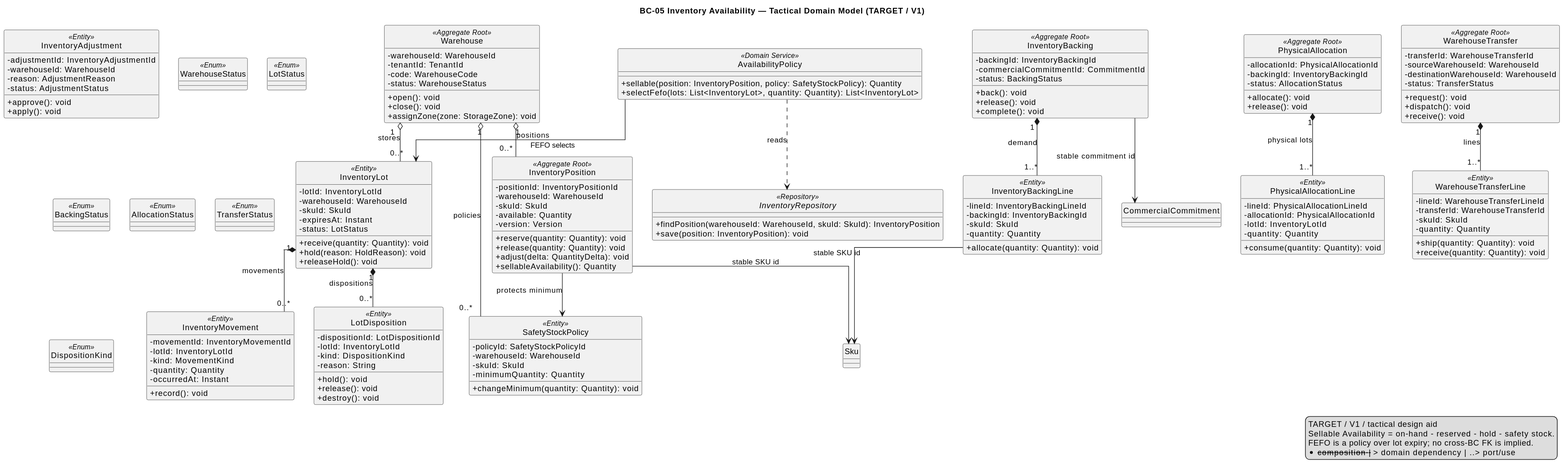
The PlantUML diagram 01-shared/domain/bounded-contexts/BC-05-inventory-availability/diagrams/BC05_InventoryAvailability.svg in nexa-suite/blueprint, before a commit.
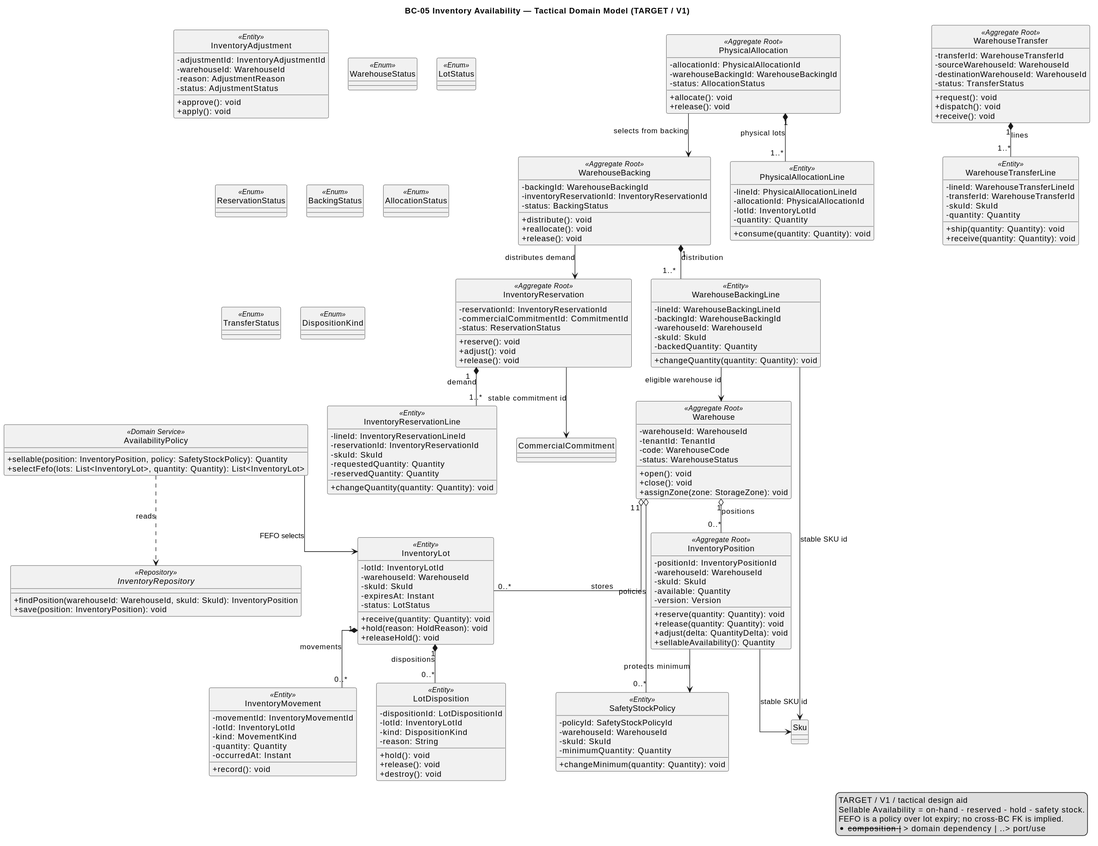
Later version of the same file.

Diff of the diagram source:
```diff
@@ -55,26 +55,45 @@
   +changeMinimum(quantity: Quantity): void
 }
 
-class InventoryBacking <<Aggregate Root>> {
-  -backingId: InventoryBackingId
+class InventoryReservation <<Aggregate Root>> {
+  -reservationId: InventoryReservationId
   -commercialCommitmentId: CommitmentId
-  -status: BackingStatus
-  +back(): void
+  -status: ReservationStatus
+  +reserve(): void
+  +adjust(): void
   +release(): void
-  +complete(): void
 }
 
-class InventoryBackingLine <<Entity>> {
-  -lineId: InventoryBackingLineId
-  -backingId: InventoryBackingId
+class InventoryReservationLine <<Entity>> {
+  -lineId: InventoryReservationLineId
+  -reservationId: InventoryReservationId
   -skuId: SkuId
-  -quantity: Quantity
-  +allocate(quantity: Quantity): void
+  -requestedQuantity: Quantity
+  -reservedQuantity: Quantity
+  +changeQuantity(quantity: Quantity): void
+}
+
+class WarehouseBacking <<Aggregate Root>> {
+  -backingId: WarehouseBackingId
+  -inventoryReservationId: InventoryReservationId
+  -status: BackingStatus
+  +distribute(): void
+  +reallocate(): void
+  +release(): void
+}
+
+class WarehouseBackingLine <<Entity>> {
+  -lineId: WarehouseBackingLineId
+  -backingId: WarehouseBackingId
+  -warehouseId: WarehouseId
+  -skuId: SkuId
+  -backedQuantity: Quantity
+  +changeQuantity(quantity: Quantity): void
 }
 
 class PhysicalAllocation <<Aggregate Root>> {
   -allocationId: PhysicalAllocationId
-  -backingId: InventoryBackingId
+  -warehouseBackingId: WarehouseBackingId
   -status: AllocationStatus
   +allocate(): void
   +release(): void
@@ -138,6 +157,7 @@
 
 enum WarehouseStatus <<Enum>>
 enum LotStatus <<Enum>>
+enum ReservationStatus <<Enum>>
 enum BackingStatus <<Enum>>
 enum AllocationStatus <<Enum>>
 enum TransferStatus <<Enum>>
@@ -148,12 +168,16 @@
 Warehouse "1" o-- "0..*" SafetyStockPolicy : policies
 InventoryLot "1" *-- "0..*" InventoryMovement : movements
 InventoryLot "1" *-- "0..*" LotDisposition : dispositions
-InventoryBacking "1" *-- "1..*" InventoryBackingLine : demand
+InventoryReservation "1" *-- "1..*" InventoryReservationLine : demand
+WarehouseBacking "1" *-- "1..*" WarehouseBackingLine : distribution
 PhysicalAllocation "1" *-- "1..*" PhysicalAllocationLine : physical lots
 WarehouseTransfer "1" *-- "1..*" WarehouseTransferLine : lines
 InventoryPosition --> Sku : stable SKU id
-InventoryBacking --> CommercialCommitment : stable commitment id
-InventoryBackingLine --> Sku : stable SKU id
+InventoryReservation --> CommercialCommitment : stable commitment id
+WarehouseBacking --> InventoryReservation : distributes demand
+WarehouseBackingLine --> Warehouse : eligible warehouse id
+WarehouseBackingLine --> Sku : stable SKU id
+PhysicalAllocation --> WarehouseBacking : selects from backing
 AvailabilityPolicy ..> InventoryRepository : reads
 AvailabilityPolicy --> InventoryLot : FEFO selects
 InventoryPosition --> SafetyStockPolicy : protects minimum
```
